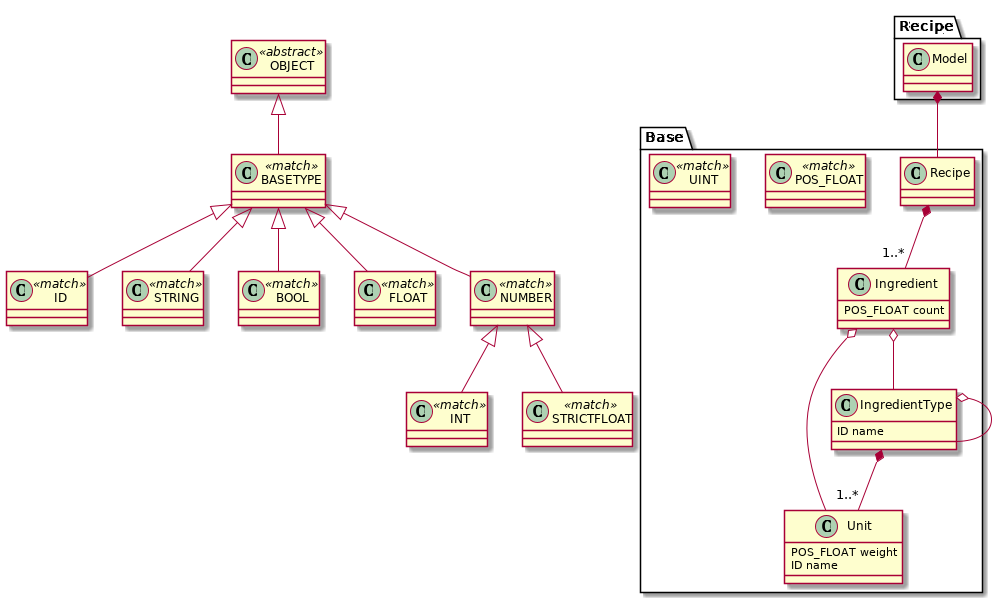
This is examples/render_all_grammars/pu/tests_functional_test_scoping_metamodel_provider2_Recipe.png from textX/textX, a PlantUML export, as it was before one commit.
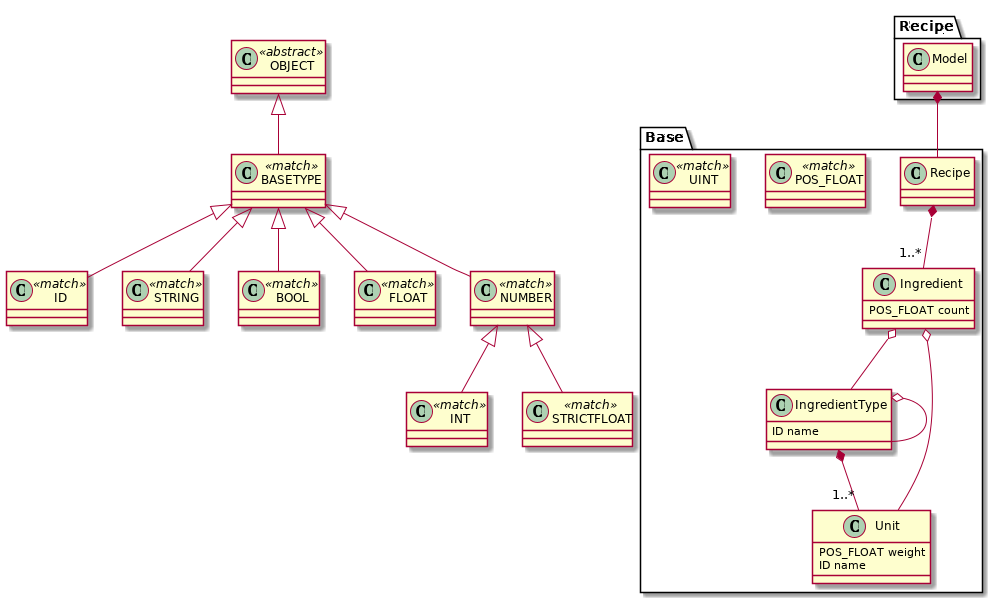
After the change.

Change to the diagram source:
```diff
@@ -1,6 +1,7 @@
 @startuml
-            set namespaceSeparator .
-        Recipe.Model *-- Base.Recipe
+set namespaceSeparator .
+
+
 class Recipe.Model  {
 }
 
@@ -32,45 +33,32 @@
 class NUMBER <<match>> {
 }
 
-NUMBER <|-- STRICTFLOAT
-NUMBER <|-- INT
 
 class BASETYPE <<match>> {
 }
 
-BASETYPE <|-- NUMBER
-BASETYPE <|-- FLOAT
-BASETYPE <|-- BOOL
-BASETYPE <|-- ID
-BASETYPE <|-- STRING
 
 class OBJECT <<abstract>> {
 }
 
-OBJECT <|-- BASETYPE
 
-Base.Recipe *-- "1..*" Base.Ingredient
 class Base.Recipe  {
 }
 
 
-Base.Ingredient o-- Base.Unit
-Base.Ingredient o-- Base.IngredientType
 class Base.Ingredient  {
-POS_FLOAT count
+  POS_FLOAT count
 }
 
 
-Base.IngredientType o-- Base.IngredientType
-Base.IngredientType *-- "1..*" Base.Unit
 class Base.IngredientType  {
-ID name
+  ID name
 }
 
 
 class Base.Unit  {
-POS_FLOAT weight
-ID name
+  POS_FLOAT weight
+  ID name
 }
 
 
@@ -82,4 +70,18 @@
 }
 
 
+Recipe.Model *-- Base.Recipe
+NUMBER <|-- STRICTFLOAT
+NUMBER <|-- INT
+BASETYPE <|-- NUMBER
+BASETYPE <|-- FLOAT
+BASETYPE <|-- BOOL
+BASETYPE <|-- ID
+BASETYPE <|-- STRING
+OBJECT <|-- BASETYPE
+Base.Recipe *-- "1..*" Base.Ingredient
+Base.Ingredient o-- Base.Unit
+Base.Ingredient o-- Base.IngredientType
+Base.IngredientType o-- Base.IngredientType
+Base.IngredientType *-- "1..*" Base.Unit
 @enduml
```
